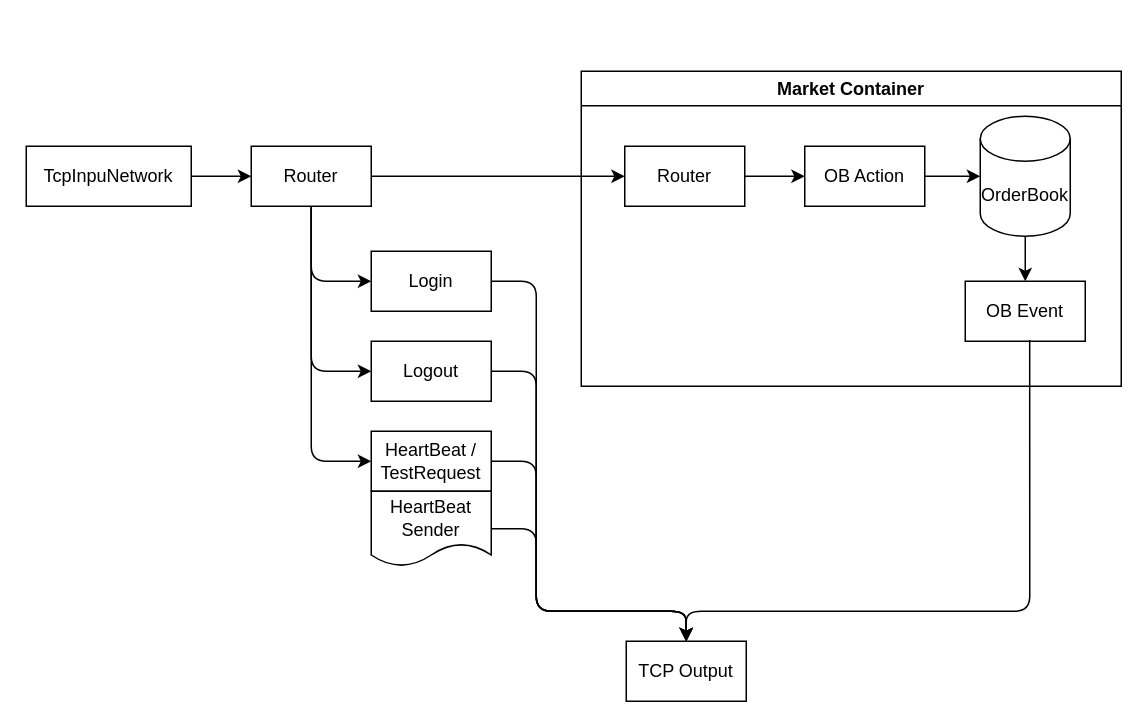
The draw.io diagram page "Server Archi" (2 of 3) of schema.drawio in DipStax/FIX4.2-protocol, before the edit. Source tidied: cells renumbered, new cells numbered last; positions are measured from the earlier drawing's top-left corner, leaving out a move shared by most shapes. Both pictures are drawn from the tidied source at 150%, with x=0, y=0 at pixel (26, 70).
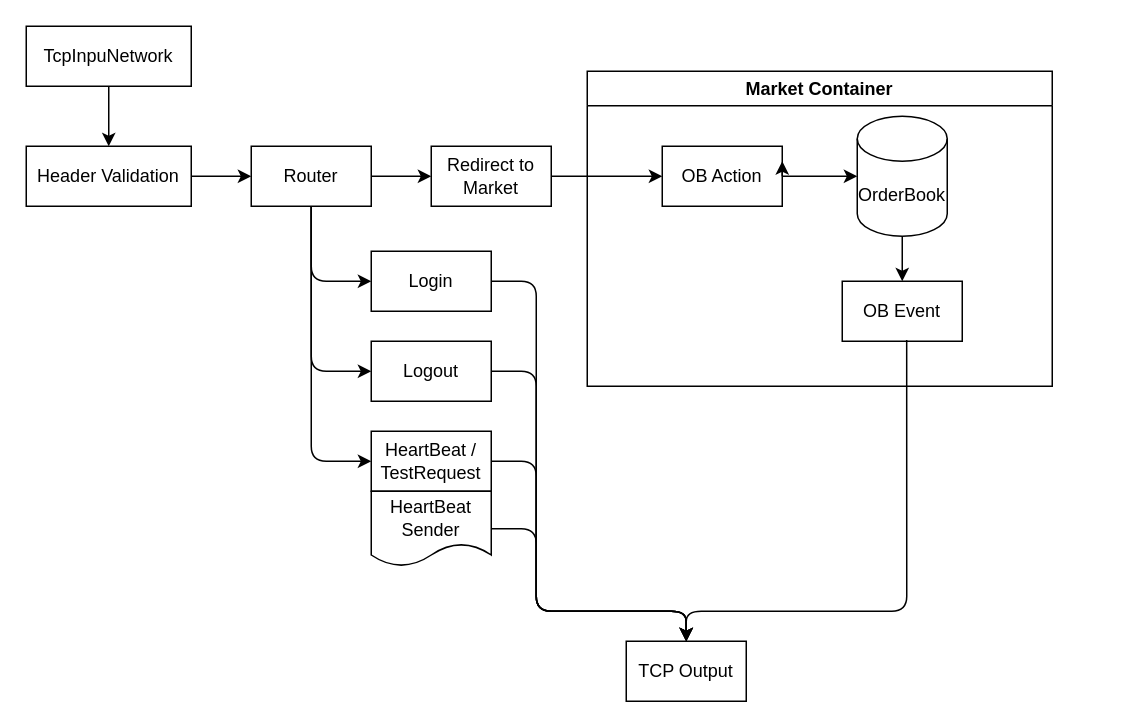
After the change.

Unchanged cells that the change refers to:
```xml
<mxCell id="7" value="Router" style="rounded=0;whiteSpace=wrap;html=1;" parent="1" vertex="1">
  <mxGeometry x="150" y="50" width="80" height="40" as="geometry" />
</mxCell>
```

The edit, as a diff of the source:
```diff
@@
-    <mxCell id="2" value="TcpInpuNetwork" style="rounded=0;whiteSpace=wrap;html=1;" parent="1" vertex="1">
+    <mxCell id="2" value="Header Validation" style="rounded=0;whiteSpace=wrap;html=1;" parent="1" vertex="1">
       <mxGeometry y="50" width="110" height="40" as="geometry" />
     </mxCell>
@@
-    <mxCell id="6" style="edgeStyle=none;html=1;entryX=0;entryY=0.5;entryDx=0;entryDy=0;" parent="1" edge="1" source="7" target="19">
-      <mxGeometry relative="1" as="geometry" />
-    </mxCell>
+    <mxCell id="27" style="edgeStyle=none;html=1;entryX=0;entryY=0.5;entryDx=0;entryDy=0;" parent="1" edge="1" source="7" target="32">
+      <mxGeometry relative="1" as="geometry" />
+    </mxCell>
@@
     <mxCell id="17" value="Market Container" style="swimlane;whiteSpace=wrap;html=1;" parent="1" vertex="1">
-      <mxGeometry x="370" width="360" height="210" as="geometry" />
+      <mxGeometry x="374" width="310" height="210" as="geometry" />
     </mxCell>
-    <mxCell id="18" style="edgeStyle=none;html=1;entryX=0;entryY=0.5;entryDx=0;entryDy=0;" parent="17" edge="1" source="19" target="20">
-      <mxGeometry relative="1" as="geometry" />
+    <mxCell id="18" style="edgeStyle=none;html=1;entryX=0;entryY=0.5;entryDx=0;entryDy=0;" parent="17" edge="1" target="20">
+      <mxGeometry relative="1" as="geometry">
+        <mxPoint x="109" y="70" as="sourcePoint" />
+      </mxGeometry>
     </mxCell>
-    <mxCell id="19" value="Router" style="rounded=0;whiteSpace=wrap;html=1;" parent="17" vertex="1">
-      <mxGeometry x="29" y="50" width="80" height="40" as="geometry" />
-    </mxCell>
-    <mxCell id="20" value="OB Action" style="rounded=0;whiteSpace=wrap;html=1;" parent="17" vertex="1">
-      <mxGeometry x="149" y="50" width="80" height="40" as="geometry" />
-    </mxCell>
     <mxCell id="21" value="OB Event" style="rounded=0;whiteSpace=wrap;html=1;" parent="17" vertex="1">
-      <mxGeometry x="256" y="140" width="80" height="40" as="geometry" />
+      <mxGeometry x="170" y="140" width="80" height="40" as="geometry" />
     </mxCell>
@@
     <mxCell id="23" value="OrderBook" style="shape=cylinder3;whiteSpace=wrap;html=1;boundedLbl=1;backgroundOutline=1;size=15;" parent="17" vertex="1">
-      <mxGeometry x="266" y="30" width="60" height="80" as="geometry" />
+      <mxGeometry x="180" y="30" width="60" height="80" as="geometry" />
     </mxCell>
+    <mxCell id="20" value="OB Action" style="rounded=0;whiteSpace=wrap;html=1;" parent="17" vertex="1">
+      <mxGeometry x="50" y="50" width="80" height="40" as="geometry" />
+    </mxCell>
+    <mxCell id="28" style="edgeStyle=none;html=1;exitX=1;exitY=0.5;exitDx=0;exitDy=0;entryX=1;entryY=0.25;entryDx=0;entryDy=0;" parent="17" edge="1" source="20" target="20">
+      <mxGeometry relative="1" as="geometry" />
+    </mxCell>
@@
     <mxCell id="26" style="edgeStyle=none;html=1;exitX=0.537;exitY=0.98;exitDx=0;exitDy=0;exitPerimeter=0;" parent="1" edge="1" source="21">
       <mxGeometry relative="1" as="geometry">
         <mxPoint x="440" y="380" as="targetPoint" />
         <Array as="points">
-          <mxPoint x="669" y="360" />
+          <mxPoint x="587" y="360" />
           <mxPoint x="440" y="360" />
         </Array>
       </mxGeometry>
     </mxCell>
+    <mxCell id="29" style="edgeStyle=none;html=1;" parent="1" edge="1" source="30" target="2">
+      <mxGeometry relative="1" as="geometry" />
+    </mxCell>
+    <mxCell id="30" value="TcpInpuNetwork" style="rounded=0;whiteSpace=wrap;html=1;" parent="1" vertex="1">
+      <mxGeometry y="-30" width="110" height="40" as="geometry" />
+    </mxCell>
+    <mxCell id="31" style="edgeStyle=none;html=1;" parent="1" edge="1" source="32" target="20">
+      <mxGeometry relative="1" as="geometry" />
+    </mxCell>
+    <mxCell id="32" value="Redirect to Market" style="rounded=0;whiteSpace=wrap;html=1;" parent="1" vertex="1">
+      <mxGeometry x="270" y="50" width="80" height="40" as="geometry" />
+    </mxCell>
```
